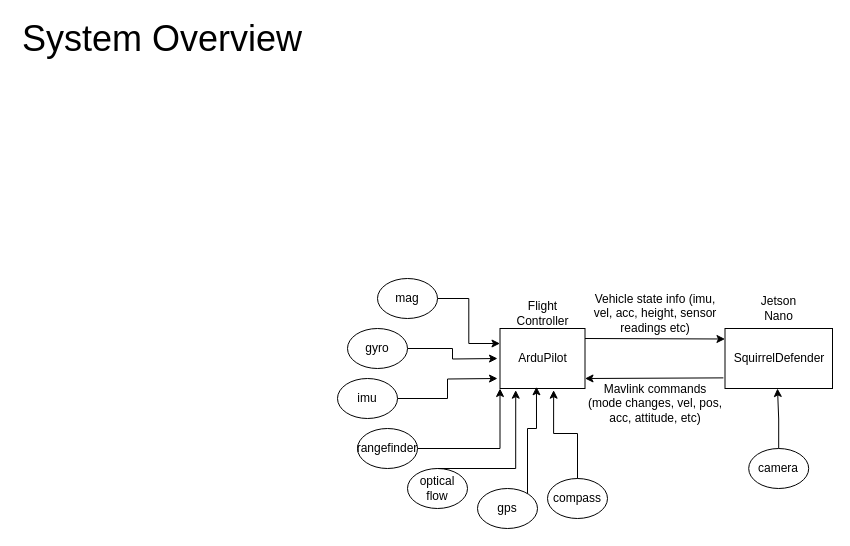
Earlier version of the draw.io diagram docs/diagrams/ardupilot-jetson-integration.drawio (crose72/OperationSquirrel). Source tidied: cells renumbered, new cells numbered last; positions are measured from the earlier drawing's top-left corner, leaving out a move shared by most shapes. Both pictures are drawn from the tidied source at 100%, with x=0, y=0 at pixel (17, 18).
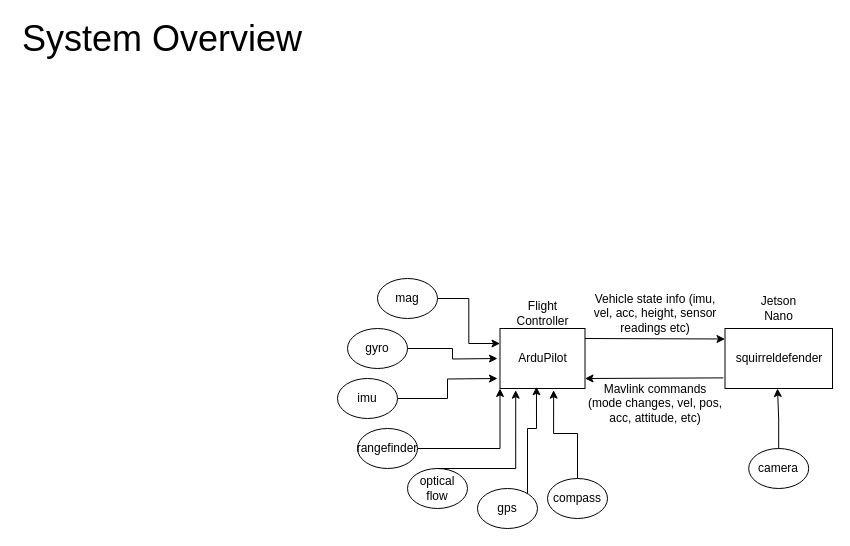
After the change.

Unchanged cells that the change refers to:
```xml
<mxCell id="7" style="group;" parent="1" vertex="1">
  <mxGeometry x="707.5" y="270" width="107.5" height="100" as="geometry" />
</mxCell>
```

Change to the diagram source:
```diff
@@
-    <mxCell id="8" value="SquirrelDefender" style="rounded=0;whiteSpace=wrap;html=1;" parent="7" vertex="1">
+    <mxCell id="8" value="squirreldefender" style="rounded=0;whiteSpace=wrap;html=1;" parent="7" vertex="1">
       <mxGeometry y="40" width="107.5" height="60" as="geometry" />
     </mxCell>
```
